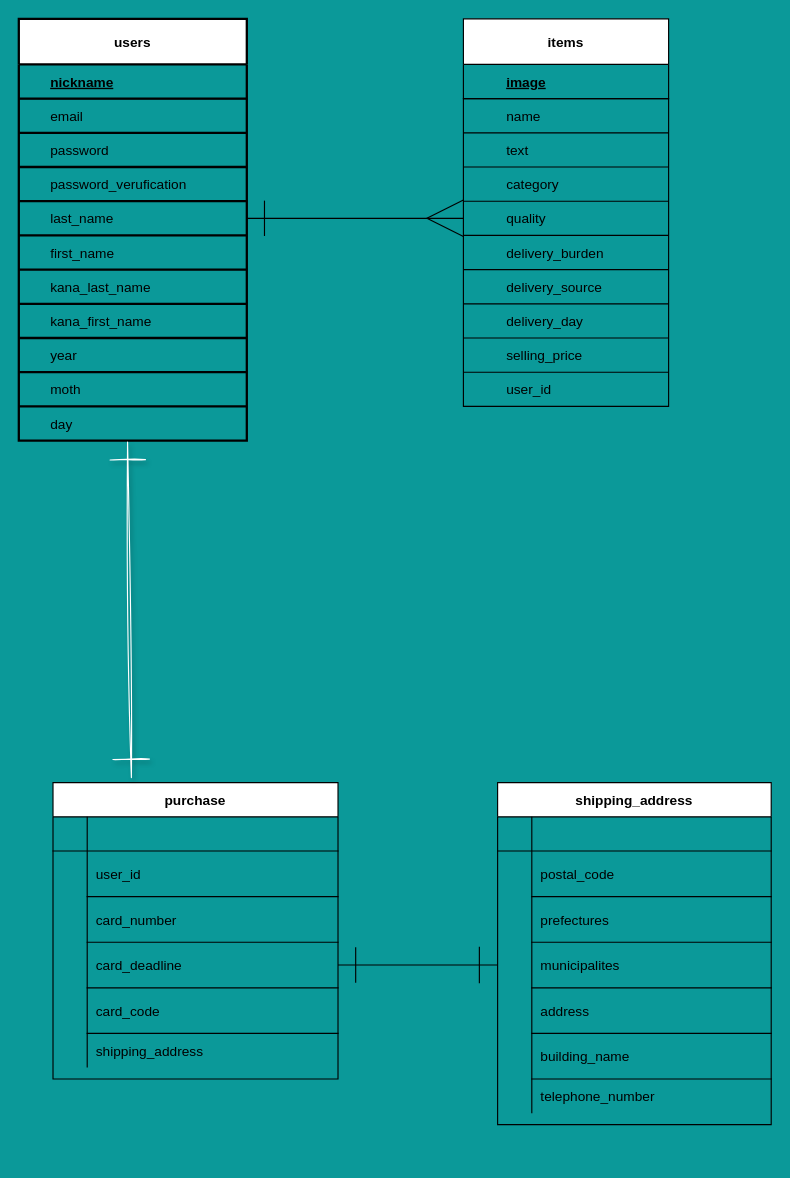
Before: test.dio in CEmi6653/furima-36068, a draw.io diagram. Source tidied: cells renumbered, new cells numbered last; positions are measured from the earlier drawing's top-left corner, leaving out a move shared by most shapes. Both pictures are drawn from the tidied source at 114%, with x=0, y=0 at pixel (18, 18).
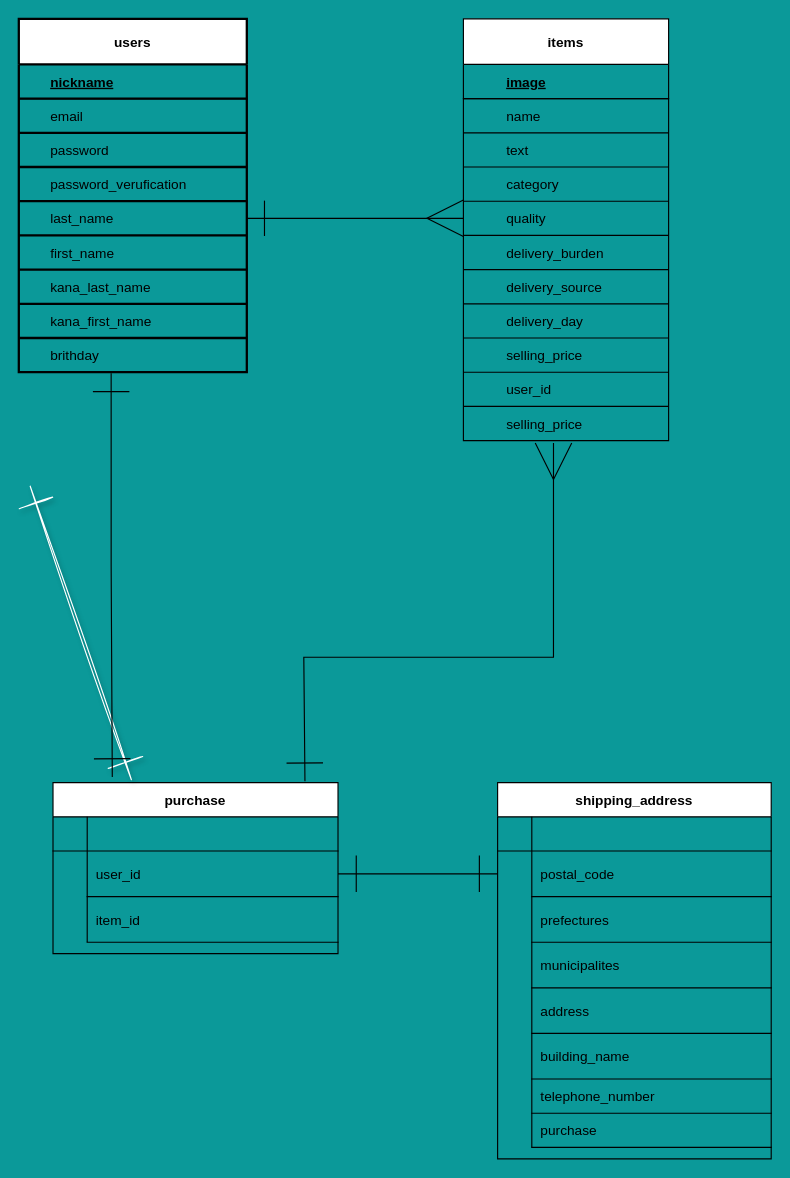
Above is the later version.

Unchanged cells that the change refers to:
```xml
<mxCell id="27" style="shape=partialRectangle;fillColor=none;top=0;left=0;bottom=0;right=0;points=[[0,0.5],[1,0.5]];portConstraint=eastwest;" parent="2" vertex="1">
  <mxGeometry y="280" width="200" height="30" as="geometry" />
</mxCell>
<mxCell id="73" style="shape=partialRectangle;fillColor=none;top=0;left=0;bottom=0;right=0;points=[[0,0.5],[1,0.5]];portConstraint=eastwest;" parent="69" vertex="1">
  <mxGeometry y="60" width="250" height="40" as="geometry" />
</mxCell>
<mxCell id="76" style="shape=partialRectangle;fillColor=none;top=0;left=0;bottom=0;right=0;" parent="69" vertex="1">
  <mxGeometry y="100" width="250" height="40" as="geometry" />
</mxCell>
<mxCell id="92" style="shape=partialRectangle;fillColor=none;top=0;left=0;bottom=0;right=0;points=[[0,0.5],[1,0.5]];portConstraint=eastwest;" parent="88" vertex="1">
  <mxGeometry y="60" width="240" height="40" as="geometry" />
</mxCell>
<mxCell id="98" style="shape=partialRectangle;fillColor=none;top=0;left=0;bottom=0;right=0;points=[[0,0.5],[1,0.5]];portConstraint=eastwest;" parent="88" vertex="1">
  <mxGeometry y="140" width="240" height="40" as="geometry" />
</mxCell>
<mxCell id="107" style="shape=partialRectangle;fillColor=none;top=0;left=0;bottom=0;right=0;" parent="88" vertex="1">
  <mxGeometry y="260" width="240" height="30" as="geometry" />
</mxCell>
```

What changed in the source:
```diff
@@
     <mxCell id="2" value="users" style="shape=table;startSize=40;childLayout=tableLayout;rowLines=1;fontStyle=1;align=center;columnLines=0;strokeWidth=2;" parent="1" vertex="1">
-      <mxGeometry width="200" height="370" as="geometry" />
+      <mxGeometry width="200" height="310" as="geometry" />
     </mxCell>
@@
-    <mxCell id="29" value="year" style="shape=partialRectangle;fillColor=none;top=0;left=0;bottom=0;right=0;align=left;spacingLeft=6;overflow=hidden;" parent="27" vertex="1">
+    <mxCell id="29" value="brithday" style="shape=partialRectangle;fillColor=none;top=0;left=0;bottom=0;right=0;align=left;spacingLeft=6;overflow=hidden;" parent="27" vertex="1">
       <mxGeometry x="20" width="180" height="30" as="geometry" />
     </mxCell>
-    <mxCell id="30" style="shape=partialRectangle;fillColor=none;top=0;left=0;bottom=0;right=0;" parent="2" vertex="1">
-      <mxGeometry y="310" width="200" height="30" as="geometry" />
-    </mxCell>
-    <mxCell id="31" style="shape=partialRectangle;fillColor=none;top=0;left=0;bottom=0;right=0;overflow=hidden;" parent="30" vertex="1">
-      <mxGeometry width="20" height="30" as="geometry" />
-    </mxCell>
-    <mxCell id="32" value="moth" style="shape=partialRectangle;fillColor=none;top=0;left=0;bottom=0;right=0;align=left;spacingLeft=6;overflow=hidden;" parent="30" vertex="1">
-      <mxGeometry x="20" width="180" height="30" as="geometry" />
-    </mxCell>
-    <mxCell id="33" style="shape=partialRectangle;fillColor=none;top=0;left=0;bottom=0;right=0;points=[[0,0.5],[1,0.5]];portConstraint=eastwest;" parent="2" vertex="1">
-      <mxGeometry y="340" width="200" height="30" as="geometry" />
-    </mxCell>
-    <mxCell id="34" style="shape=partialRectangle;fillColor=none;top=0;left=0;bottom=0;right=0;overflow=hidden;" parent="33" vertex="1">
-      <mxGeometry width="20" height="30" as="geometry" />
-    </mxCell>
-    <mxCell id="35" value="day" style="shape=partialRectangle;fillColor=none;top=0;left=0;bottom=0;right=0;align=left;spacingLeft=6;overflow=hidden;" parent="33" vertex="1">
-      <mxGeometry x="20" width="180" height="30" as="geometry" />
-    </mxCell>
     <mxCell id="36" value="items" style="shape=table;startSize=40;childLayout=tableLayout;rowLines=1;fontStyle=1;align=center;rounded=0;sketch=0;columnLines=0;resizeLastRow=0;" parent="1" vertex="1">
-      <mxGeometry x="390" width="180" height="340" as="geometry" />
+      <mxGeometry x="390" width="180" height="370" as="geometry" />
     </mxCell>
@@
+    <mxCell id="112" style="shape=partialRectangle;fillColor=none;top=0;left=0;bottom=0;right=0;points=[[0,0.5],[1,0.5]];portConstraint=eastwest;" parent="36" vertex="1">
+      <mxGeometry y="340" width="180" height="30" as="geometry" />
+    </mxCell>
+    <mxCell id="113" style="shape=partialRectangle;fillColor=none;top=0;left=0;bottom=0;right=0;overflow=hidden;" parent="112" vertex="1">
+      <mxGeometry width="30" height="30" as="geometry" />
+    </mxCell>
+    <mxCell id="114" value="selling_price" style="shape=partialRectangle;fillColor=none;top=0;left=0;bottom=0;right=0;align=left;spacingLeft=6;overflow=hidden;" parent="112" vertex="1">
+      <mxGeometry x="30" width="150" height="30" as="geometry" />
+    </mxCell>
@@
     <mxCell id="69" value="purchase" style="shape=table;startSize=30;childLayout=tableLayout;rowLines=0;fontStyle=1;align=center;rounded=0;shadow=0;sketch=0;strokeWidth=1;" parent="1" vertex="1">
-      <mxGeometry x="30" y="670" width="250" height="260" as="geometry" />
+      <mxGeometry x="30" y="670" width="250" height="150" as="geometry" />
     </mxCell>
@@
-    <mxCell id="78" value="card_number" style="shape=partialRectangle;fillColor=none;top=0;left=0;bottom=1;right=0;align=left;spacingLeft=6;overflow=hidden;" parent="76" vertex="1">
+    <mxCell id="78" value="item_id" style="shape=partialRectangle;fillColor=none;top=0;left=0;bottom=1;right=0;align=left;spacingLeft=6;overflow=hidden;" parent="76" vertex="1">
       <mxGeometry x="30" width="220" height="40" as="geometry" />
     </mxCell>
-    <mxCell id="79" style="shape=partialRectangle;fillColor=none;top=0;left=0;bottom=0;right=0;points=[[0,0.5],[1,0.5]];portConstraint=eastwest;" parent="69" vertex="1">
-      <mxGeometry y="140" width="250" height="40" as="geometry" />
-    </mxCell>
-    <mxCell id="80" style="shape=partialRectangle;fillColor=none;top=0;left=0;bottom=0;right=0;overflow=hidden;" parent="79" vertex="1">
-      <mxGeometry width="30" height="40" as="geometry" />
-    </mxCell>
-    <mxCell id="81" value="card_deadline" style="shape=partialRectangle;fillColor=none;top=0;left=0;bottom=1;right=0;align=left;spacingLeft=6;overflow=hidden;" parent="79" vertex="1">
-      <mxGeometry x="30" width="220" height="40" as="geometry" />
-    </mxCell>
-    <mxCell id="82" style="shape=partialRectangle;fillColor=none;top=0;left=0;bottom=0;right=0;" parent="69" vertex="1">
-      <mxGeometry y="180" width="250" height="40" as="geometry" />
-    </mxCell>
-    <mxCell id="83" style="shape=partialRectangle;fillColor=none;top=0;left=0;bottom=0;right=0;overflow=hidden;" parent="82" vertex="1">
-      <mxGeometry width="30" height="40" as="geometry" />
-    </mxCell>
-    <mxCell id="84" value="card_code" style="shape=partialRectangle;fillColor=none;top=0;left=0;bottom=1;right=0;align=left;spacingLeft=6;overflow=hidden;noLabel=0;" parent="82" vertex="1">
-      <mxGeometry x="30" width="220" height="40" as="geometry" />
-    </mxCell>
-    <mxCell id="85" style="shape=partialRectangle;fillColor=none;top=0;left=0;bottom=0;right=0;" parent="69" vertex="1">
-      <mxGeometry y="220" width="250" height="30" as="geometry" />
-    </mxCell>
-    <mxCell id="86" style="shape=partialRectangle;fillColor=none;top=0;left=0;bottom=0;right=0;overflow=hidden;" parent="85" vertex="1">
-      <mxGeometry width="30" height="30" as="geometry" />
-    </mxCell>
-    <mxCell id="87" value="shipping_address" style="shape=partialRectangle;fillColor=none;top=0;left=0;bottom=0;right=0;align=left;spacingLeft=6;overflow=hidden;" parent="85" vertex="1">
-      <mxGeometry x="30" width="220" height="30" as="geometry" />
-    </mxCell>
     <mxCell id="88" value="shipping_address" style="shape=table;startSize=30;childLayout=tableLayout;rowLines=0;fontStyle=1;align=center;rounded=0;shadow=0;sketch=0;strokeWidth=1;" parent="1" vertex="1">
-      <mxGeometry x="420" y="670" width="240" height="300" as="geometry" />
+      <mxGeometry x="420" y="670" width="240" height="330" as="geometry" />
     </mxCell>
@@
-    <mxCell id="109" value="telephone_number" style="shape=partialRectangle;fillColor=none;top=0;left=0;bottom=0;right=0;align=left;spacingLeft=6;overflow=hidden;" parent="107" vertex="1">
+    <mxCell id="109" value="telephone_number" style="shape=partialRectangle;fillColor=none;top=0;left=0;bottom=1;right=0;align=left;spacingLeft=6;overflow=hidden;" parent="107" vertex="1">
       <mxGeometry x="30" width="210" height="30" as="geometry" />
     </mxCell>
+    <mxCell id="115" style="shape=partialRectangle;fillColor=none;top=0;left=0;bottom=0;right=0;" parent="88" vertex="1">
+      <mxGeometry y="290" width="240" height="30" as="geometry" />
+    </mxCell>
+    <mxCell id="116" style="shape=partialRectangle;fillColor=none;top=0;left=0;bottom=0;right=0;overflow=hidden;" parent="115" vertex="1">
+      <mxGeometry width="30" height="30" as="geometry" />
+    </mxCell>
+    <mxCell id="117" value="purchase" style="shape=partialRectangle;fillColor=none;top=0;left=0;bottom=1;right=0;align=left;spacingLeft=6;overflow=hidden;" parent="115" vertex="1">
+      <mxGeometry x="30" width="210" height="30" as="geometry" />
+    </mxCell>
-    <mxCell id="110" style="edgeStyle=orthogonalEdgeStyle;curved=0;rounded=1;sketch=0;jettySize=auto;html=1;exitX=1;exitY=0.5;exitDx=0;exitDy=0;entryX=0;entryY=0.5;entryDx=0;entryDy=0;startArrow=ERone;startFill=0;endArrow=ERone;endFill=0;startSize=29;endSize=30;sourcePerimeterSpacing=10;strokeWidth=1;" parent="1" edge="1" source="79" target="98">
+    <mxCell id="110" style="edgeStyle=orthogonalEdgeStyle;curved=0;rounded=1;sketch=0;jettySize=auto;html=1;exitX=1;exitY=0.5;exitDx=0;exitDy=0;entryX=0;entryY=0.5;entryDx=0;entryDy=0;startArrow=ERone;startFill=0;endArrow=ERone;endFill=0;startSize=29;endSize=30;sourcePerimeterSpacing=10;strokeWidth=1;" parent="1" edge="1" target="98">
       <mxGeometry relative="1" as="geometry" />
     </mxCell>
-    <mxCell id="111" style="endArrow=ERone;html=1;rounded=0;startSize=29;endSize=30;sourcePerimeterSpacing=10;strokeWidth=1;exitX=0.477;exitY=1.044;exitDx=0;exitDy=0;exitPerimeter=0;entryX=0.275;entryY=-0.017;entryDx=0;entryDy=0;entryPerimeter=0;startArrow=ERone;startFill=0;endFill=0;fillColor=#e1d5e7;labelBackgroundColor=none;labelBorderColor=none;shadow=1;sketch=1;strokeColor=#FFFFFF;" parent="1" edge="1" source="33" target="69">
-      <mxGeometry relative="1" as="geometry" />
+    <mxCell id="111" style="endArrow=ERone;html=1;rounded=0;startSize=29;endSize=30;sourcePerimeterSpacing=10;strokeWidth=1;exitX=0.477;exitY=1.044;exitDx=0;exitDy=0;exitPerimeter=0;entryX=0.275;entryY=-0.017;entryDx=0;entryDy=0;entryPerimeter=0;startArrow=ERone;startFill=0;endFill=0;fillColor=#e1d5e7;labelBackgroundColor=none;labelBorderColor=none;shadow=1;sketch=1;strokeColor=#FFFFFF;" parent="1" edge="1" target="69">
+      <mxGeometry relative="1" as="geometry">
+        <mxPoint x="10" y="410" as="sourcePoint" />
+      </mxGeometry>
     </mxCell>
+    <mxCell id="118" style="endArrow=ERmany;html=1;rounded=0;exitX=0.884;exitY=-0.008;exitDx=0;exitDy=0;exitPerimeter=0;endFill=0;endSize=30;startArrow=ERone;startFill=0;startSize=30;entryX=0.439;entryY=1.067;entryDx=0;entryDy=0;entryPerimeter=0;" parent="1" edge="1" source="69" target="112">
+      <mxGeometry relative="1" as="geometry">
+        <Array as="points">
+          <mxPoint x="250" y="560" />
+          <mxPoint x="469" y="560" />
+        </Array>
+      </mxGeometry>
+    </mxCell>
+    <mxCell id="119" style="edgeStyle=orthogonalEdgeStyle;rounded=0;jettySize=auto;html=1;exitX=0;exitY=0.5;exitDx=0;exitDy=0;entryX=1;entryY=0.5;entryDx=0;entryDy=0;startArrow=ERone;startFill=0;endArrow=ERone;endFill=0;startSize=30;endSize=30;" parent="1" edge="1" source="92" target="73">
+      <mxGeometry relative="1" as="geometry" />
+    </mxCell>
+    <mxCell id="120" style="endArrow=ERone;html=1;rounded=0;startSize=30;endSize=30;exitX=0.405;exitY=1.033;exitDx=0;exitDy=0;exitPerimeter=0;entryX=0.208;entryY=-0.033;entryDx=0;entryDy=0;entryPerimeter=0;startArrow=ERone;startFill=0;endFill=0;" parent="1" edge="1" source="27" target="69">
+      <mxGeometry relative="1" as="geometry">
+        <Array as="points">
+          <mxPoint x="81" y="480" />
+        </Array>
+      </mxGeometry>
+    </mxCell>
```
